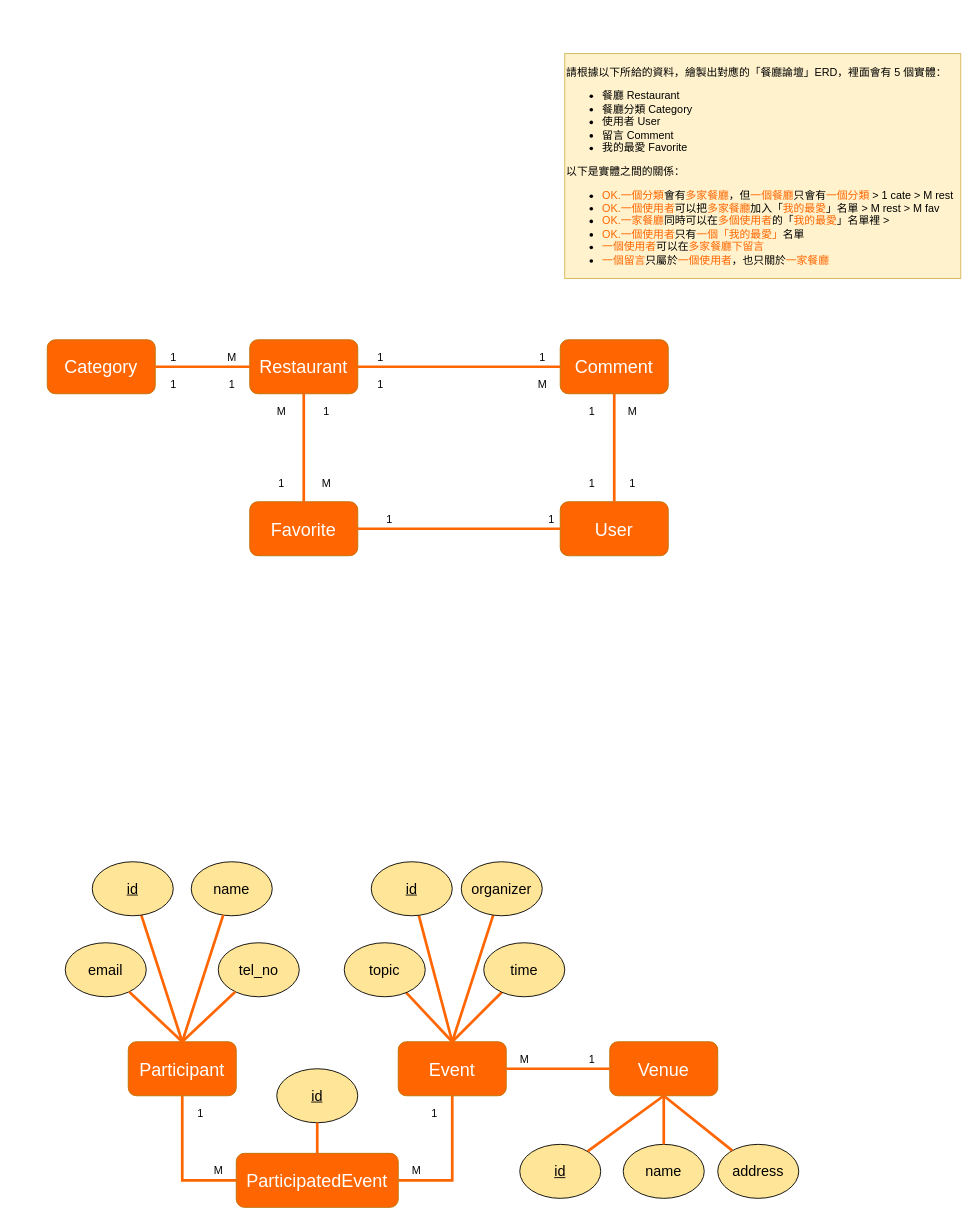
Earlier version of the draw.io diagram 餐廳論壇ERD-ver2.drawio (z88243310/bins). Source tidied: cells renumbered, new cells numbered last; positions are measured from the earlier drawing's top-left corner, leaving out a move shared by most shapes. Both pictures are drawn from the tidied source at 90%, with x=0, y=0 at pixel (47, 53).
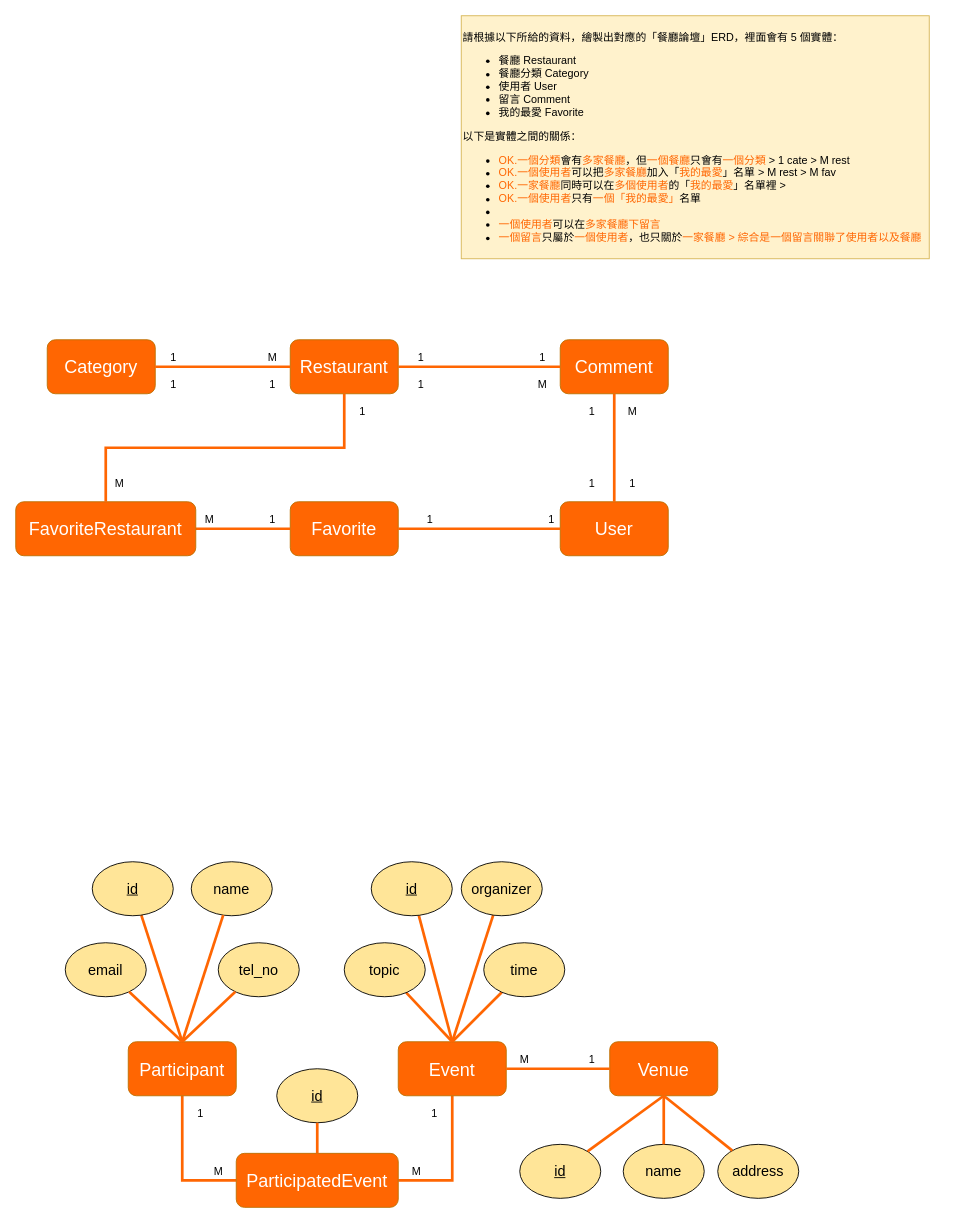
Above is the later version.

Diff of the diagram source:
```diff
@@
-    <mxCell id="39" value="&lt;p&gt;請根據以下所給的資料，繪製出對應的「餐廳論壇」ERD，裡面會有 5 個實體：&lt;/p&gt;&lt;ul&gt;&lt;li&gt;餐廳 Restaurant&lt;/li&gt;&lt;li&gt;餐廳分類 Category&lt;/li&gt;&lt;li&gt;使用者 User&lt;/li&gt;&lt;li&gt;留言 Comment&lt;/li&gt;&lt;li&gt;我的最愛 Favorite&lt;/li&gt;&lt;/ul&gt;&lt;p&gt;以下是實體之間的關係：&lt;/p&gt;&lt;ul&gt;&lt;li&gt;&lt;font color=&quot;#FF6602&quot;&gt;OK.一個分類&lt;/font&gt;會有&lt;font color=&quot;#FF6602&quot;&gt;多家餐廳&lt;/font&gt;，但&lt;font color=&quot;#FF6602&quot;&gt;一個餐廳&lt;/font&gt;只會有&lt;font color=&quot;#FF6602&quot;&gt;一個分類&lt;/font&gt; &amp;gt; 1 cate &amp;gt; M rest&lt;br&gt;&lt;/li&gt;&lt;li&gt;&lt;font color=&quot;#FF6602&quot;&gt;OK.一個使用者&lt;/font&gt;可以把&lt;font color=&quot;#FF6602&quot;&gt;多家餐廳&lt;/font&gt;加入「&lt;font color=&quot;#FF6602&quot;&gt;我的最愛&lt;/font&gt;」名單 &amp;gt; M rest &amp;gt; M fav&lt;br&gt;&lt;/li&gt;&lt;li&gt;&lt;font color=&quot;#FF6602&quot;&gt;OK.一家餐廳&lt;/font&gt;同時可以在&lt;font color=&quot;#FF6602&quot;&gt;多個使用者&lt;/font&gt;的「&lt;font color=&quot;#FF6602&quot;&gt;我的最愛&lt;/font&gt;」名單裡 &amp;gt; &lt;br&gt;&lt;/li&gt;&lt;li&gt;&lt;font color=&quot;#FF6602&quot;&gt;OK.一個使用者&lt;/font&gt;只有&lt;font color=&quot;#FF6602&quot;&gt;一個「我的最愛」&lt;/font&gt;名單&lt;/li&gt;&lt;li&gt;&lt;font color=&quot;#FF6602&quot;&gt;一個使用者&lt;/font&gt;可以在&lt;font color=&quot;#FF6602&quot;&gt;多家餐廳下留言&lt;/font&gt;&lt;/li&gt;&lt;li&gt;&lt;font color=&quot;#FF6602&quot;&gt;一個留言&lt;/font&gt;只屬於&lt;font color=&quot;#FF6602&quot;&gt;一個使用者&lt;/font&gt;，也只關於&lt;font color=&quot;#FF6602&quot;&gt;一家餐廳&lt;/font&gt;&lt;/li&gt;&lt;/ul&gt;" style="text;html=1;align=left;verticalAlign=middle;strokeColor=#d6b656;fillColor=#fff2cc;" parent="1" vertex="1">
-      <mxGeometry x="575" width="440" height="250" as="geometry" />
+    <mxCell id="39" value="&lt;p&gt;請根據以下所給的資料，繪製出對應的「餐廳論壇」ERD，裡面會有 5 個實體：&lt;/p&gt;&lt;ul&gt;&lt;li&gt;餐廳 Restaurant&lt;/li&gt;&lt;li&gt;餐廳分類 Category&lt;/li&gt;&lt;li&gt;使用者 User&lt;/li&gt;&lt;li&gt;留言 Comment&lt;/li&gt;&lt;li&gt;我的最愛 Favorite&lt;/li&gt;&lt;/ul&gt;&lt;p&gt;以下是實體之間的關係：&lt;/p&gt;&lt;ul&gt;&lt;li&gt;&lt;font color=&quot;#FF6602&quot;&gt;OK.一個分類&lt;/font&gt;會有&lt;font color=&quot;#FF6602&quot;&gt;多家餐廳&lt;/font&gt;，但&lt;font color=&quot;#FF6602&quot;&gt;一個餐廳&lt;/font&gt;只會有&lt;font color=&quot;#FF6602&quot;&gt;一個分類&lt;/font&gt; &amp;gt; 1 cate &amp;gt; M rest&lt;br&gt;&lt;/li&gt;&lt;li&gt;&lt;font color=&quot;#FF6602&quot;&gt;OK.一個使用者&lt;/font&gt;可以把&lt;font color=&quot;#FF6602&quot;&gt;多家餐廳&lt;/font&gt;加入「&lt;font color=&quot;#FF6602&quot;&gt;我的最愛&lt;/font&gt;」名單 &amp;gt; M rest &amp;gt; M fav&lt;br&gt;&lt;/li&gt;&lt;li&gt;&lt;font color=&quot;#FF6602&quot;&gt;OK.一家餐廳&lt;/font&gt;同時可以在&lt;font color=&quot;#FF6602&quot;&gt;多個使用者&lt;/font&gt;的「&lt;font color=&quot;#FF6602&quot;&gt;我的最愛&lt;/font&gt;」名單裡 &amp;gt; &lt;br&gt;&lt;/li&gt;&lt;li&gt;&lt;font color=&quot;#FF6602&quot;&gt;OK.一個使用者&lt;/font&gt;只有&lt;font color=&quot;#FF6602&quot;&gt;一個「我的最愛」&lt;/font&gt;名單&lt;/li&gt;&lt;li&gt;&lt;br&gt;&lt;/li&gt;&lt;li&gt;&lt;font color=&quot;#FF6602&quot;&gt;一個使用者&lt;/font&gt;可以在&lt;font color=&quot;#FF6602&quot;&gt;多家餐廳下留言&lt;/font&gt;&lt;/li&gt;&lt;li&gt;&lt;font color=&quot;#FF6602&quot;&gt;一個留言&lt;/font&gt;只屬於&lt;font color=&quot;#FF6602&quot;&gt;一個使用者&lt;/font&gt;，也只關於&lt;font color=&quot;#FF6602&quot;&gt;一家餐廳 &amp;gt; 綜合是一個留言關聯了使用者以及餐廳&lt;br&gt;&lt;/font&gt;&lt;/li&gt;&lt;/ul&gt;" style="text;html=1;align=left;verticalAlign=middle;strokeColor=#d6b656;fillColor=#fff2cc;" parent="1" vertex="1">
+      <mxGeometry x="460" y="-42" width="520" height="270" as="geometry" />
     </mxCell>
@@
     <mxCell id="41" value="Restaurant" style="rounded=1;whiteSpace=wrap;html=1;fillColor=#FF6602;strokeColor=#BD7000;fontColor=#FFFFFF;fontSize=20;" parent="1" vertex="1">
-      <mxGeometry x="225" y="318" width="120" height="60" as="geometry" />
+      <mxGeometry x="270" y="318" width="120" height="60" as="geometry" />
     </mxCell>
@@
     <mxCell id="44" value="Favorite" style="rounded=1;whiteSpace=wrap;html=1;fillColor=#FF6602;strokeColor=#BD7000;fontColor=#FFFFFF;fontSize=20;" parent="1" vertex="1">
-      <mxGeometry x="225" y="498" width="120" height="60" as="geometry" />
+      <mxGeometry x="270" y="498" width="120" height="60" as="geometry" />
     </mxCell>
@@
     <mxCell id="47" value="M" style="text;html=1;align=center;verticalAlign=middle;strokeColor=none;fillColor=none;" parent="1" vertex="1">
-      <mxGeometry x="195" y="328" width="20" height="20" as="geometry" />
+      <mxGeometry x="240" y="328" width="20" height="20" as="geometry" />
     </mxCell>
@@
     <mxCell id="50" value="1" style="text;html=1;align=center;verticalAlign=middle;strokeColor=none;fillColor=none;" parent="1" vertex="1">
-      <mxGeometry x="370" y="508" width="20" height="20" as="geometry" />
+      <mxGeometry x="415" y="508" width="20" height="20" as="geometry" />
     </mxCell>
-    <mxCell id="51" style="edgeStyle=orthogonalEdgeStyle;rounded=0;jettySize=auto;html=1;strokeWidth=3;endArrow=none;endFill=0;strokeColor=#FF6602;exitX=0.5;exitY=1;exitDx=0;exitDy=0;entryX=0.5;entryY=0;entryDx=0;entryDy=0;" parent="1" edge="1" source="41" target="44">
+    <mxCell id="51" style="edgeStyle=orthogonalEdgeStyle;rounded=0;jettySize=auto;html=1;strokeWidth=3;endArrow=none;endFill=0;strokeColor=#FF6602;exitX=1;exitY=0.5;exitDx=0;exitDy=0;entryX=0;entryY=0.5;entryDx=0;entryDy=0;" parent="1" edge="1" source="68" target="44">
       <mxGeometry relative="1" as="geometry" />
     </mxCell>
     <mxCell id="52" value="1" style="text;html=1;align=center;verticalAlign=middle;strokeColor=none;fillColor=none;" parent="1" vertex="1">
-      <mxGeometry x="300" y="388" width="20" height="20" as="geometry" />
+      <mxGeometry x="340" y="388" width="20" height="20" as="geometry" />
     </mxCell>
     <mxCell id="53" value="M" style="text;html=1;align=center;verticalAlign=middle;strokeColor=none;fillColor=none;" parent="1" vertex="1">
-      <mxGeometry x="300" y="468" width="20" height="20" as="geometry" />
+      <mxGeometry x="70" y="468" width="20" height="20" as="geometry" />
     </mxCell>
@@
     <mxCell id="59" value="1" style="text;html=1;align=center;verticalAlign=middle;strokeColor=none;fillColor=none;" parent="1" vertex="1">
-      <mxGeometry x="360" y="328" width="20" height="20" as="geometry" />
+      <mxGeometry x="405" y="328" width="20" height="20" as="geometry" />
     </mxCell>
     <mxCell id="60" value="1" style="text;html=1;align=center;verticalAlign=middle;strokeColor=none;fillColor=none;" parent="1" vertex="1">
-      <mxGeometry x="360" y="358" width="20" height="20" as="geometry" />
+      <mxGeometry x="405" y="358" width="20" height="20" as="geometry" />
     </mxCell>
@@
     <mxCell id="62" value="1" style="text;html=1;align=center;verticalAlign=middle;strokeColor=none;fillColor=none;" parent="1" vertex="1">
-      <mxGeometry x="195" y="358" width="20" height="20" as="geometry" />
+      <mxGeometry x="240" y="358" width="20" height="20" as="geometry" />
     </mxCell>
@@
     <mxCell id="64" value="&lt;div&gt;1&lt;/div&gt;" style="text;html=1;align=center;verticalAlign=middle;strokeColor=none;fillColor=none;" parent="1" vertex="1">
-      <mxGeometry x="250" y="468" width="20" height="20" as="geometry" />
+      <mxGeometry x="240" y="508" width="20" height="20" as="geometry" />
     </mxCell>
     <mxCell id="65" value="M" style="text;html=1;align=center;verticalAlign=middle;strokeColor=none;fillColor=none;" parent="1" vertex="1">
-      <mxGeometry x="250" y="388" width="20" height="20" as="geometry" />
+      <mxGeometry x="170" y="508" width="20" height="20" as="geometry" />
     </mxCell>
@@
+    <mxCell id="68" value="FavoriteRestaurant" style="rounded=1;whiteSpace=wrap;html=1;fillColor=#FF6602;strokeColor=#BD7000;fontColor=#FFFFFF;fontSize=20;" parent="1" vertex="1">
+      <mxGeometry x="-35" y="498" width="200" height="60" as="geometry" />
+    </mxCell>
+    <mxCell id="69" style="edgeStyle=orthogonalEdgeStyle;rounded=0;jettySize=auto;html=1;strokeWidth=3;endArrow=none;endFill=0;strokeColor=#FF6602;exitX=0.5;exitY=0;exitDx=0;exitDy=0;entryX=0.5;entryY=1;entryDx=0;entryDy=0;" parent="1" edge="1" source="68" target="41">
+      <mxGeometry relative="1" as="geometry" />
+    </mxCell>
```
